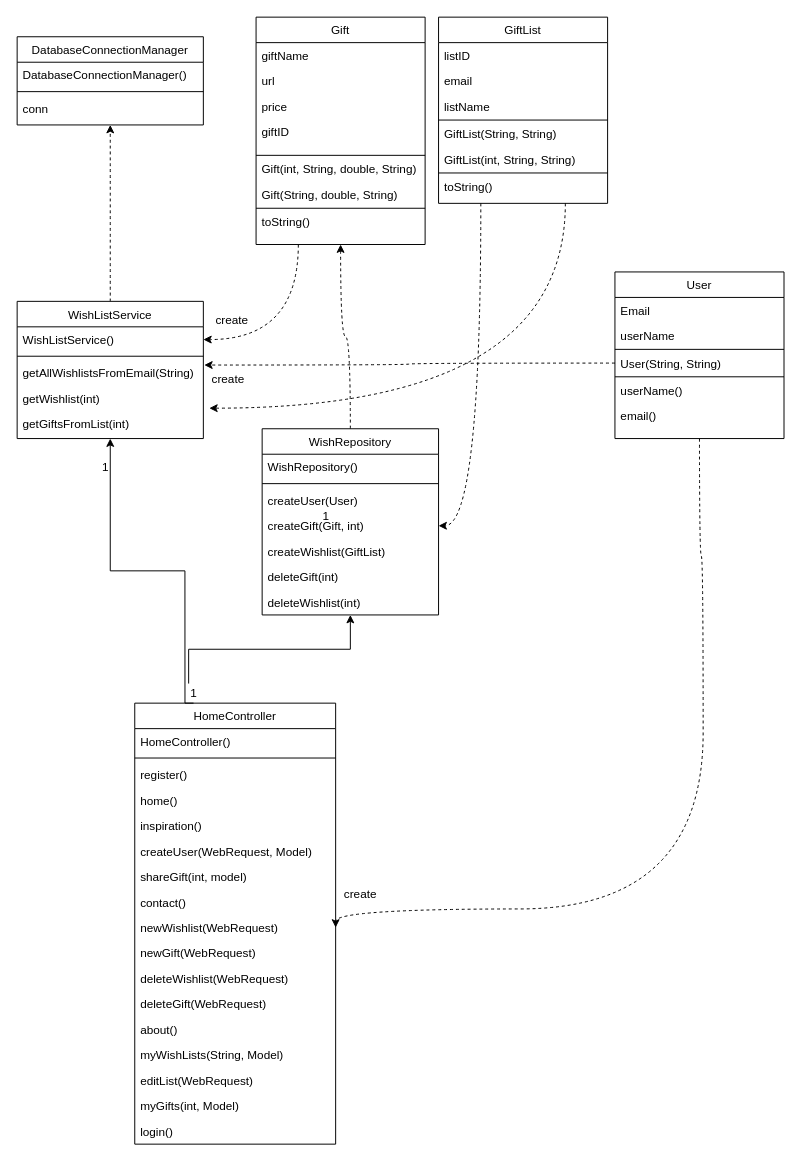
Earlier version of the draw.io diagram src/Untitled Diagram.drawio (MalikKtK/FullStackProjekt). Source tidied: cells renumbered, new cells numbered last; positions are measured from the earlier drawing's top-left corner, leaving out a move shared by most shapes. Both pictures are drawn from the tidied source at 98%, with x=0, y=0 at pixel (17, 17).
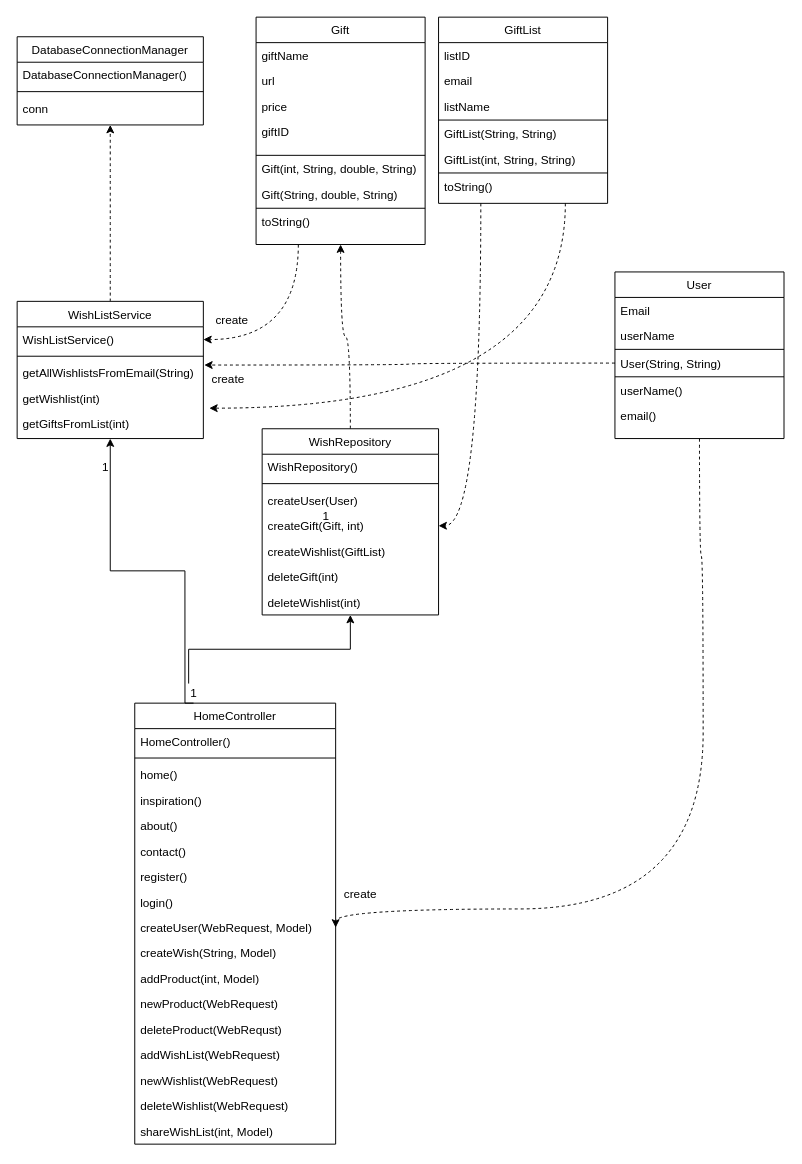
The same diagram, later.

The change refers to these unchanged cells:
```xml
<mxCell id="4" value="HomeController" style="swimlane;fontStyle=0;align=center;verticalAlign=top;horizontal=1;startSize=26;rounded=0;shadow=0;strokeWidth=1;" parent="1" vertex="1">
  <mxGeometry x="120" y="700" width="205" height="450" as="geometry" />
</mxCell>
```

Change to the diagram source:
```diff
@@
-    <mxCell id="7" value="register()" style="text;align=left;verticalAlign=top;spacingLeft=4;spacingRight=4;overflow=hidden;strokeColor=none;" parent="4" vertex="1">
+    <mxCell id="7" value="home()" style="text;align=left;verticalAlign=top;spacingLeft=4;spacingRight=4;overflow=hidden;strokeColor=none;" parent="4" vertex="1">
       <mxGeometry y="60" width="205" height="26" as="geometry" />
     </mxCell>
-    <mxCell id="8" value="home()" style="text;align=left;verticalAlign=top;spacingLeft=4;spacingRight=4;overflow=hidden;strokeColor=none;" parent="4" vertex="1">
+    <mxCell id="8" value="inspiration()" style="text;align=left;verticalAlign=top;spacingLeft=4;spacingRight=4;overflow=hidden;strokeColor=none;" parent="4" vertex="1">
       <mxGeometry y="86" width="205" height="26" as="geometry" />
     </mxCell>
-    <mxCell id="9" value="inspiration()" style="text;align=left;verticalAlign=top;spacingLeft=4;spacingRight=4;overflow=hidden;strokeColor=none;" parent="4" vertex="1">
+    <mxCell id="9" value="about()" style="text;align=left;verticalAlign=top;spacingLeft=4;spacingRight=4;overflow=hidden;strokeColor=none;" parent="4" vertex="1">
       <mxGeometry y="112" width="205" height="26" as="geometry" />
     </mxCell>
-    <mxCell id="10" value="createUser(WebRequest, Model)" style="text;align=left;verticalAlign=top;spacingLeft=4;spacingRight=4;overflow=hidden;strokeColor=none;" parent="4" vertex="1">
+    <mxCell id="10" value="contact()" style="text;align=left;verticalAlign=top;spacingLeft=4;spacingRight=4;overflow=hidden;strokeColor=none;" parent="4" vertex="1">
       <mxGeometry y="138" width="205" height="26" as="geometry" />
     </mxCell>
-    <mxCell id="11" value="shareGift(int, model)" style="text;align=left;verticalAlign=top;spacingLeft=4;spacingRight=4;overflow=hidden;strokeColor=none;" parent="4" vertex="1">
+    <mxCell id="11" value="register()" style="text;align=left;verticalAlign=top;spacingLeft=4;spacingRight=4;overflow=hidden;strokeColor=none;" parent="4" vertex="1">
       <mxGeometry y="164" width="205" height="26" as="geometry" />
     </mxCell>
-    <mxCell id="12" value="contact()" style="text;align=left;verticalAlign=top;spacingLeft=4;spacingRight=4;overflow=hidden;strokeColor=none;" parent="4" vertex="1">
+    <mxCell id="12" value="login()" style="text;align=left;verticalAlign=top;spacingLeft=4;spacingRight=4;overflow=hidden;strokeColor=none;" parent="4" vertex="1">
       <mxGeometry y="190" width="205" height="26" as="geometry" />
     </mxCell>
-    <mxCell id="13" value="newWishlist(WebRequest)" style="text;align=left;verticalAlign=top;spacingLeft=4;spacingRight=4;overflow=hidden;points=[[0,0.5],[1,0.5]];portConstraint=eastwest;strokeColor=none;" parent="4" vertex="1">
+    <mxCell id="13" value="createUser(WebRequest, Model)" style="text;align=left;verticalAlign=top;spacingLeft=4;spacingRight=4;overflow=hidden;points=[[0,0.5],[1,0.5]];portConstraint=eastwest;strokeColor=none;" parent="4" vertex="1">
       <mxGeometry y="216" width="205" height="26" as="geometry" />
     </mxCell>
-    <mxCell id="14" value="newGift(WebRequest)" style="text;align=left;verticalAlign=top;spacingLeft=4;spacingRight=4;overflow=hidden;strokeColor=none;" parent="4" vertex="1">
+    <mxCell id="14" value="createWish(String, Model)" style="text;align=left;verticalAlign=top;spacingLeft=4;spacingRight=4;overflow=hidden;strokeColor=none;" parent="4" vertex="1">
       <mxGeometry y="242" width="205" height="26" as="geometry" />
     </mxCell>
-    <mxCell id="15" value="deleteWishlist(WebRequest)" style="text;align=left;verticalAlign=top;spacingLeft=4;spacingRight=4;overflow=hidden;strokeColor=none;" parent="4" vertex="1">
+    <mxCell id="15" value="addProduct(int, Model)" style="text;align=left;verticalAlign=top;spacingLeft=4;spacingRight=4;overflow=hidden;strokeColor=none;" parent="4" vertex="1">
       <mxGeometry y="268" width="205" height="26" as="geometry" />
     </mxCell>
-    <mxCell id="16" value="deleteGift(WebRequest)" style="text;align=left;verticalAlign=top;spacingLeft=4;spacingRight=4;overflow=hidden;strokeColor=none;" parent="4" vertex="1">
+    <mxCell id="16" value="newProduct(WebRequest)" style="text;align=left;verticalAlign=top;spacingLeft=4;spacingRight=4;overflow=hidden;strokeColor=none;" parent="4" vertex="1">
       <mxGeometry y="294" width="205" height="26" as="geometry" />
     </mxCell>
-    <mxCell id="17" value="about()" style="text;align=left;verticalAlign=top;spacingLeft=4;spacingRight=4;overflow=hidden;strokeColor=none;" parent="4" vertex="1">
+    <mxCell id="17" value="deleteProduct(WebRequst)" style="text;align=left;verticalAlign=top;spacingLeft=4;spacingRight=4;overflow=hidden;strokeColor=none;" parent="4" vertex="1">
       <mxGeometry y="320" width="205" height="26" as="geometry" />
     </mxCell>
-    <mxCell id="18" value="myWishLists(String, Model)" style="text;align=left;verticalAlign=top;spacingLeft=4;spacingRight=4;overflow=hidden;strokeColor=none;" parent="4" vertex="1">
+    <mxCell id="18" value="addWishList(WebRequest)" style="text;align=left;verticalAlign=top;spacingLeft=4;spacingRight=4;overflow=hidden;strokeColor=none;" parent="4" vertex="1">
       <mxGeometry y="346" width="205" height="26" as="geometry" />
     </mxCell>
-    <mxCell id="19" value="editList(WebRequest)" style="text;align=left;verticalAlign=top;spacingLeft=4;spacingRight=4;overflow=hidden;strokeColor=none;" parent="4" vertex="1">
+    <mxCell id="19" value="newWishlist(WebRequest)" style="text;align=left;verticalAlign=top;spacingLeft=4;spacingRight=4;overflow=hidden;strokeColor=none;" parent="4" vertex="1">
       <mxGeometry y="372" width="205" height="26" as="geometry" />
     </mxCell>
-    <mxCell id="20" value="myGifts(int, Model)" style="text;align=left;verticalAlign=top;spacingLeft=4;spacingRight=4;overflow=hidden;strokeColor=none;" parent="4" vertex="1">
+    <mxCell id="20" value="deleteWishlist(WebRequest)" style="text;align=left;verticalAlign=top;spacingLeft=4;spacingRight=4;overflow=hidden;strokeColor=none;" parent="4" vertex="1">
       <mxGeometry y="398" width="205" height="26" as="geometry" />
     </mxCell>
-    <mxCell id="21" value="login()" style="text;align=left;verticalAlign=top;spacingLeft=4;spacingRight=4;overflow=hidden;strokeColor=none;" parent="4" vertex="1">
+    <mxCell id="21" value="shareWishList(int, Model)" style="text;align=left;verticalAlign=top;spacingLeft=4;spacingRight=4;overflow=hidden;strokeColor=none;" parent="4" vertex="1">
       <mxGeometry y="424" width="205" height="26" as="geometry" />
     </mxCell>
```
